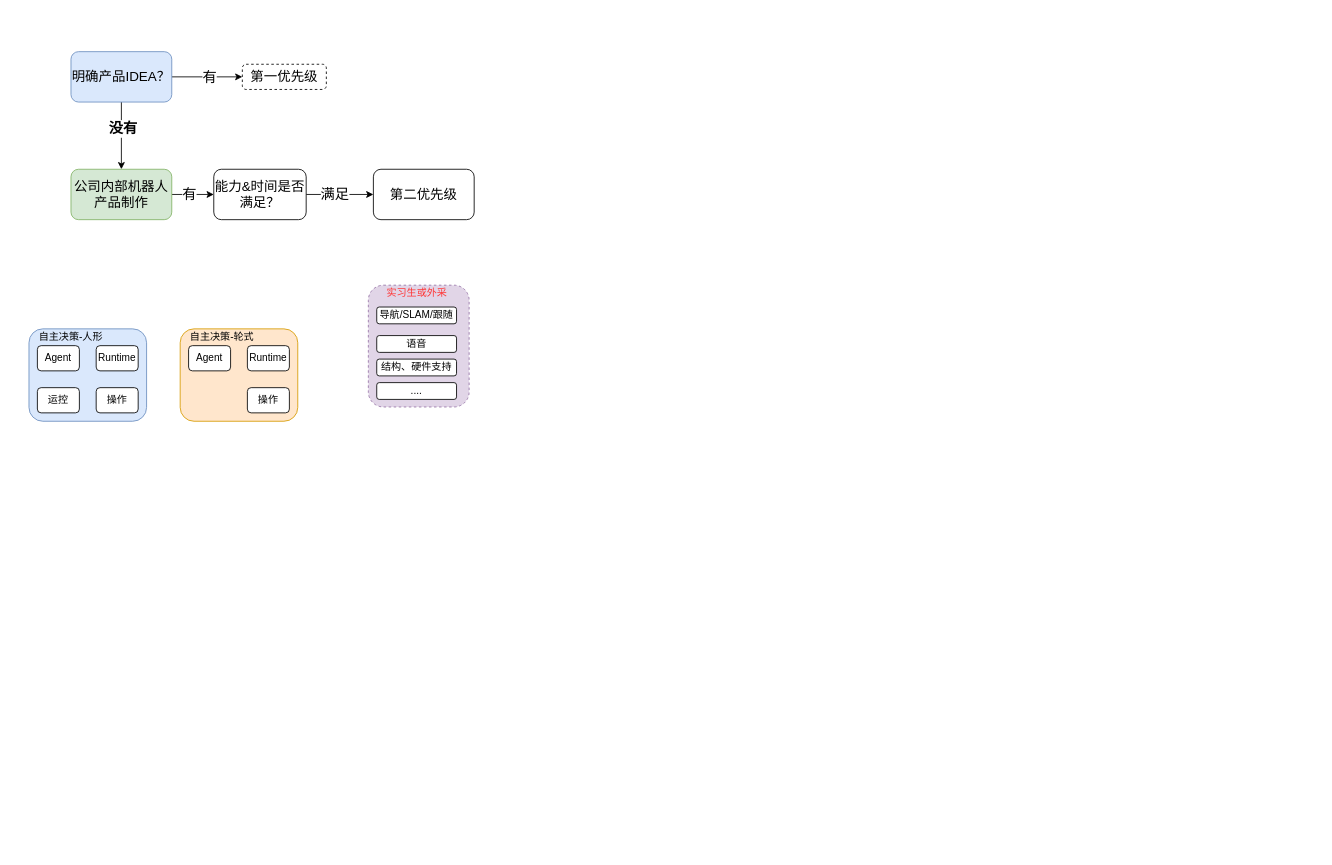
Earlier version of the draw.io diagram WorkSpace/自主决策-.drawio (mailonghua/drawio). Source tidied: cells renumbered, new cells numbered last; positions are measured from the earlier drawing's top-left corner, leaving out a move shared by most shapes. Both pictures are drawn from the tidied source at 84%, with x=0, y=0 at pixel (29, 51).
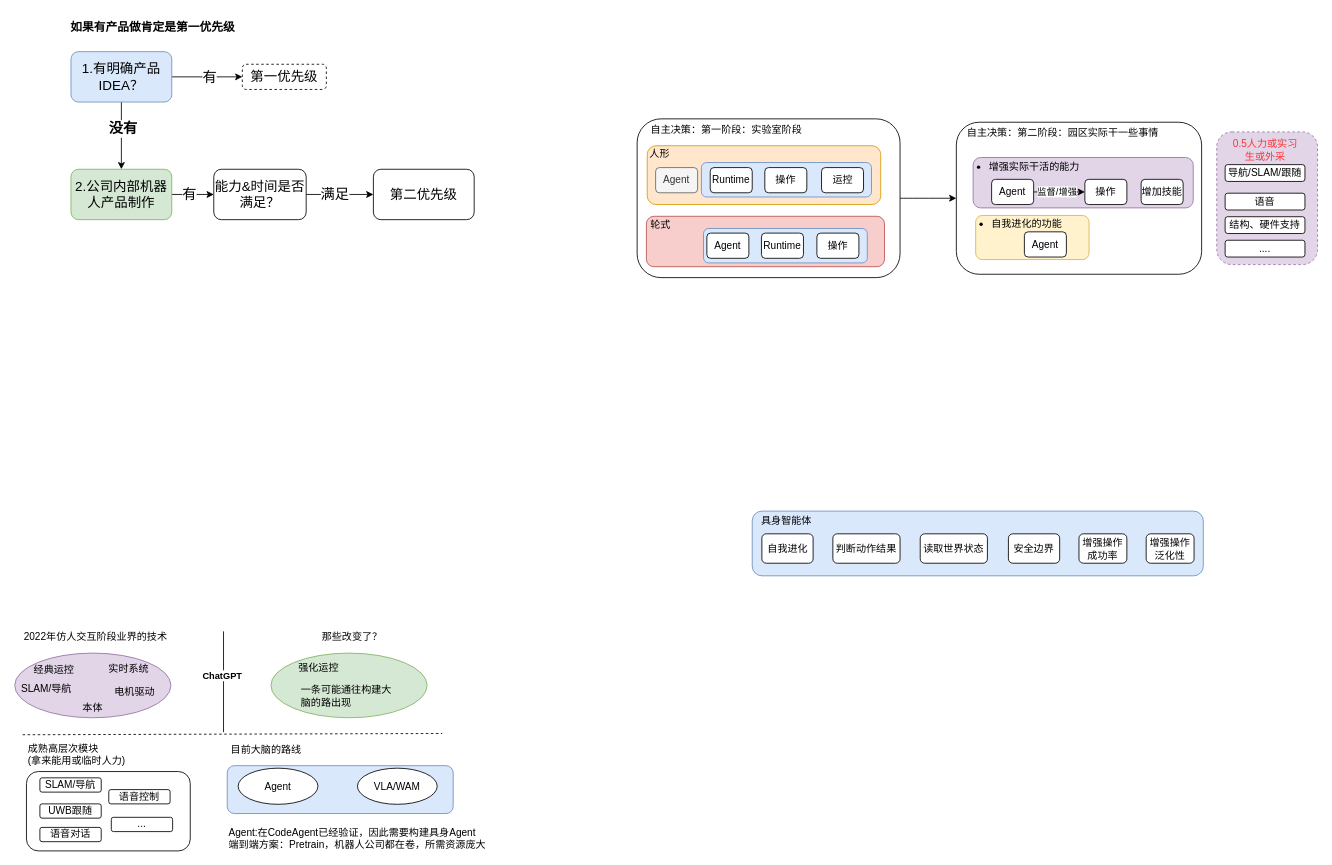
The same diagram, later.

Commit message:
更新自主决策-.drawio

What changed in the source:
```diff
@@
+    <mxCell id="32" style="rounded=1;whiteSpace=wrap;html=1;" parent="1" vertex="1">
+      <mxGeometry x="1104" y="84" width="292" height="181" as="geometry" />
+    </mxCell>
+    <mxCell id="33" style="rounded=1;whiteSpace=wrap;html=1;fillColor=#e1d5e7;strokeColor=#9673a6;" parent="1" vertex="1">
+      <mxGeometry x="1124" y="126" width="262" height="60" as="geometry" />
+    </mxCell>
+    <mxCell id="34" style="edgeStyle=orthogonalEdgeStyle;rounded=0;jettySize=auto;html=1;exitX=1;exitY=0.5;exitDx=0;exitDy=0;curved=1;" parent="1" edge="1" source="35" target="32">
+      <mxGeometry relative="1" as="geometry" />
+    </mxCell>
+    <mxCell id="35" style="rounded=1;whiteSpace=wrap;html=1;" parent="1" vertex="1">
+      <mxGeometry x="724" y="80" width="313" height="189" as="geometry" />
+    </mxCell>
+    <mxCell id="36" style="rounded=1;whiteSpace=wrap;html=1;" parent="1" vertex="1">
+      <mxGeometry x="-3" y="857" width="195" height="94.5" as="geometry" />
+    </mxCell>
+    <mxCell id="37" style="rounded=1;whiteSpace=wrap;html=1;fillColor=#dae8fc;strokeColor=#6c8ebf;" parent="1" vertex="1">
+      <mxGeometry x="236" y="850" width="269" height="57" as="geometry" />
+    </mxCell>
     <mxCell id="2" style="rounded=1;whiteSpace=wrap;html=1;fillColor=#e1d5e7;strokeColor=#9673a6;dashed=1;" parent="1" vertex="1">
-      <mxGeometry x="404" y="278" width="120" height="145" as="geometry" />
+      <mxGeometry x="1414" y="95.5" width="120" height="158" as="geometry" />
     </mxCell>
-    <mxCell id="3" style="rounded=1;whiteSpace=wrap;html=1;fillColor=#dae8fc;strokeColor=#6c8ebf;" parent="1" vertex="1">
-      <mxGeometry y="330" width="140" height="110" as="geometry" />
+    <mxCell id="3" style="rounded=1;whiteSpace=wrap;html=1;fillColor=#ffe6cc;strokeColor=#d79b00;" parent="1" vertex="1">
+      <mxGeometry x="736" y="112" width="278" height="70" as="geometry" />
     </mxCell>
+    <mxCell id="38" style="rounded=1;whiteSpace=wrap;html=1;fillColor=#dae8fc;strokeColor=#6c8ebf;" parent="1" vertex="1">
+      <mxGeometry x="800.5" y="132" width="202.5" height="41" as="geometry" />
+    </mxCell>
@@
-    <mxCell id="8" value="明确产品IDEA？" style="rounded=1;whiteSpace=wrap;html=1;fontSize=16;fillColor=#dae8fc;strokeColor=#6c8ebf;" parent="1" vertex="1">
+    <mxCell id="8" value="1.有明确产品IDEA？" style="rounded=1;whiteSpace=wrap;html=1;fontSize=16;fillColor=#dae8fc;strokeColor=#6c8ebf;" parent="1" vertex="1">
       <mxGeometry x="50" width="120" height="60" as="geometry" />
     </mxCell>
@@
-    <mxCell id="12" value="公司内部机器人产品制作" style="rounded=1;whiteSpace=wrap;html=1;fontSize=16;fillColor=#d5e8d4;strokeColor=#82b366;" parent="1" vertex="1">
+    <mxCell id="12" value="2.公司内部机器人产品制作" style="rounded=1;whiteSpace=wrap;html=1;fontSize=16;fillColor=#d5e8d4;strokeColor=#82b366;" parent="1" vertex="1">
       <mxGeometry x="50" y="140" width="120" height="60" as="geometry" />
     </mxCell>
@@
-    <mxCell id="17" value="自主决策-人形" style="text;html=1;whiteSpace=wrap;strokeColor=none;fillColor=none;align=center;verticalAlign=middle;rounded=0;" parent="1" vertex="1">
-      <mxGeometry x="10" y="330" width="80" height="20" as="geometry" />
+    <mxCell id="17" value="人形" style="text;html=1;whiteSpace=wrap;strokeColor=none;fillColor=none;align=center;verticalAlign=middle;rounded=0;" parent="1" vertex="1">
+      <mxGeometry x="735" y="112" width="31.8" height="20" as="geometry" />
     </mxCell>
-    <mxCell id="18" value="Agent" style="rounded=1;whiteSpace=wrap;html=1;" parent="1" vertex="1">
-      <mxGeometry x="10" y="350" width="50" height="30" as="geometry" />
+    <mxCell id="18" value="Agent" style="rounded=1;whiteSpace=wrap;html=1;fillColor=#f5f5f5;fontColor=#333333;strokeColor=#666666;" parent="1" vertex="1">
+      <mxGeometry x="746" y="138" width="50" height="30" as="geometry" />
     </mxCell>
     <mxCell id="19" value="Runtime" style="rounded=1;whiteSpace=wrap;html=1;" parent="1" vertex="1">
-      <mxGeometry x="80" y="350" width="50" height="30" as="geometry" />
+      <mxGeometry x="811" y="138" width="50" height="30" as="geometry" />
     </mxCell>
     <mxCell id="20" value="运控" style="rounded=1;whiteSpace=wrap;html=1;" parent="1" vertex="1">
-      <mxGeometry x="10" y="400" width="50" height="30" as="geometry" />
+      <mxGeometry x="943.5" y="138" width="50" height="30" as="geometry" />
     </mxCell>
     <mxCell id="21" value="操作" style="rounded=1;whiteSpace=wrap;html=1;" parent="1" vertex="1">
-      <mxGeometry x="80" y="400" width="50" height="30" as="geometry" />
+      <mxGeometry x="876" y="138" width="50" height="30" as="geometry" />
     </mxCell>
-    <mxCell id="22" style="rounded=1;whiteSpace=wrap;html=1;fillColor=#ffe6cc;strokeColor=#d79b00;" parent="1" vertex="1">
-      <mxGeometry x="180" y="330" width="140" height="110" as="geometry" />
+    <mxCell id="22" style="rounded=1;whiteSpace=wrap;html=1;fillColor=#f8cecc;strokeColor=#b85450;" parent="1" vertex="1">
+      <mxGeometry x="735" y="196" width="283.5" height="60" as="geometry" />
     </mxCell>
+    <mxCell id="39" style="rounded=1;whiteSpace=wrap;html=1;fillColor=#dae8fc;strokeColor=#6c8ebf;" parent="1" vertex="1">
+      <mxGeometry x="803" y="210.5" width="195" height="41" as="geometry" />
+    </mxCell>
-    <mxCell id="23" value="自主决策-轮式" style="text;html=1;whiteSpace=wrap;strokeColor=none;fillColor=none;align=center;verticalAlign=middle;rounded=0;" parent="1" vertex="1">
-      <mxGeometry x="190" y="330" width="80" height="20" as="geometry" />
+    <mxCell id="23" value="轮式" style="text;html=1;whiteSpace=wrap;strokeColor=none;fillColor=none;align=center;verticalAlign=middle;rounded=0;" parent="1" vertex="1">
+      <mxGeometry x="736" y="196" width="31.8" height="20" as="geometry" />
     </mxCell>
     <mxCell id="24" value="Agent" style="rounded=1;whiteSpace=wrap;html=1;" parent="1" vertex="1">
-      <mxGeometry x="190" y="350" width="50" height="30" as="geometry" />
+      <mxGeometry x="807" y="216" width="50" height="30" as="geometry" />
     </mxCell>
     <mxCell id="25" value="Runtime" style="rounded=1;whiteSpace=wrap;html=1;" parent="1" vertex="1">
-      <mxGeometry x="260" y="350" width="50" height="30" as="geometry" />
+      <mxGeometry x="872" y="216" width="50" height="30" as="geometry" />
     </mxCell>
     <mxCell id="26" value="操作" style="rounded=1;whiteSpace=wrap;html=1;" parent="1" vertex="1">
-      <mxGeometry x="260" y="400" width="50" height="30" as="geometry" />
+      <mxGeometry x="938" y="216" width="50" height="30" as="geometry" />
     </mxCell>
     <mxCell id="27" value="导航/SLAM/跟随" style="rounded=1;whiteSpace=wrap;html=1;" parent="1" vertex="1">
-      <mxGeometry x="414" y="304" width="95" height="20" as="geometry" />
+      <mxGeometry x="1424" y="134.5" width="95" height="20" as="geometry" />
     </mxCell>
     <mxCell id="28" value="语音" style="rounded=1;whiteSpace=wrap;html=1;" parent="1" vertex="1">
-      <mxGeometry x="414" y="338" width="95" height="20" as="geometry" />
+      <mxGeometry x="1424" y="168.5" width="95" height="20" as="geometry" />
     </mxCell>
     <mxCell id="29" value="结构、硬件支持" style="rounded=1;whiteSpace=wrap;html=1;" parent="1" vertex="1">
-      <mxGeometry x="414" y="366" width="95" height="20" as="geometry" />
+      <mxGeometry x="1424" y="196.5" width="95" height="20" as="geometry" />
     </mxCell>
     <mxCell id="30" value="...." style="rounded=1;whiteSpace=wrap;html=1;" parent="1" vertex="1">
-      <mxGeometry x="414" y="394" width="95" height="20" as="geometry" />
+      <mxGeometry x="1424" y="224.5" width="95" height="20" as="geometry" />
     </mxCell>
-    <mxCell id="31" value="实习生或外采" style="text;html=1;whiteSpace=wrap;strokeColor=none;fillColor=none;align=center;verticalAlign=middle;rounded=0;fontColor=#FF3333;" parent="1" vertex="1">
-      <mxGeometry x="421.5" y="278" width="80" height="17" as="geometry" />
+    <mxCell id="31" value="0.5人力或实习生或外采" style="text;html=1;whiteSpace=wrap;strokeColor=none;fillColor=none;align=center;verticalAlign=middle;rounded=0;fontColor=#FF3333;" parent="1" vertex="1">
+      <mxGeometry x="1431.5" y="108.5" width="80" height="17" as="geometry" />
     </mxCell>
+    <mxCell id="40" style="rounded=1;whiteSpace=wrap;html=1;fillColor=#dae8fc;strokeColor=#6c8ebf;" parent="1" vertex="1">
+      <mxGeometry x="861" y="547" width="537" height="77" as="geometry" />
+    </mxCell>
+    <mxCell id="41" value="具身智能体" style="text;html=1;whiteSpace=wrap;strokeColor=none;fillColor=none;align=center;verticalAlign=middle;rounded=0;" parent="1" vertex="1">
+      <mxGeometry x="869" y="544" width="65.5" height="30" as="geometry" />
+    </mxCell>
+    <mxCell id="42" value="自我进化" style="rounded=1;whiteSpace=wrap;html=1;align=center;" parent="1" vertex="1">
+      <mxGeometry x="872.5" y="574" width="61" height="35" as="geometry" />
+    </mxCell>
+    <mxCell id="43" value="判断动作结果" style="rounded=1;whiteSpace=wrap;html=1;align=center;" parent="1" vertex="1">
+      <mxGeometry x="957" y="574" width="80" height="35" as="geometry" />
+    </mxCell>
+    <mxCell id="44" value="读取世界状态" style="rounded=1;whiteSpace=wrap;html=1;align=center;" parent="1" vertex="1">
+      <mxGeometry x="1061" y="574" width="80" height="35" as="geometry" />
+    </mxCell>
+    <mxCell id="45" value="安全边界" style="rounded=1;whiteSpace=wrap;html=1;align=center;" parent="1" vertex="1">
+      <mxGeometry x="1166" y="574" width="61" height="35" as="geometry" />
+    </mxCell>
+    <mxCell id="46" style="ellipse;whiteSpace=wrap;html=1;shapeInside=1;strokeColor=#9673a6;fillColor=#e1d5e7;" parent="1" vertex="1">
+      <mxGeometry x="-17" y="716" width="186" height="77" as="geometry" />
+    </mxCell>
+    <mxCell id="47" value="经典运控" style="text;html=1;whiteSpace=wrap;strokeColor=none;fillColor=none;align=center;verticalAlign=middle;rounded=0;" parent="1" vertex="1">
+      <mxGeometry y="721" width="60" height="30" as="geometry" />
+    </mxCell>
+    <mxCell id="48" value="实时系统" style="text;html=1;whiteSpace=wrap;strokeColor=none;fillColor=none;align=center;verticalAlign=middle;rounded=0;" parent="1" vertex="1">
+      <mxGeometry x="89" y="721" width="60" height="27" as="geometry" />
+    </mxCell>
+    <mxCell id="49" value="SLAM/导航" style="text;html=1;whiteSpace=wrap;strokeColor=none;fillColor=none;align=center;verticalAlign=middle;rounded=0;" parent="1" vertex="1">
+      <mxGeometry x="-12" y="745" width="66" height="27" as="geometry" />
+    </mxCell>
+    <mxCell id="50" value="电机驱动" style="text;html=1;whiteSpace=wrap;strokeColor=none;fillColor=none;align=center;verticalAlign=middle;rounded=0;" parent="1" vertex="1">
+      <mxGeometry x="93" y="748" width="66" height="27" as="geometry" />
+    </mxCell>
+    <mxCell id="51" value="本体" style="text;html=1;whiteSpace=wrap;strokeColor=none;fillColor=none;align=center;verticalAlign=middle;rounded=0;" parent="1" vertex="1">
+      <mxGeometry x="43" y="772" width="66" height="17" as="geometry" />
+    </mxCell>
+    <mxCell id="52" value="2022年仿人交互阶段业界的技术" style="text;html=1;whiteSpace=wrap;strokeColor=none;fillColor=none;align=center;verticalAlign=middle;rounded=0;" parent="1" vertex="1">
+      <mxGeometry x="-12" y="682" width="183" height="30" as="geometry" />
+    </mxCell>
+    <mxCell id="53" style="ellipse;whiteSpace=wrap;html=1;shapeInside=1;strokeColor=#82b366;fillColor=#d5e8d4;" parent="1" vertex="1">
+      <mxGeometry x="288" y="716" width="186" height="77" as="geometry" />
+    </mxCell>
+    <mxCell id="54" value="强化运控" style="text;html=1;whiteSpace=wrap;strokeColor=none;fillColor=none;align=center;verticalAlign=middle;rounded=0;" parent="1" vertex="1">
+      <mxGeometry x="315" y="720" width="60" height="27" as="geometry" />
+    </mxCell>
+    <mxCell id="55" value="那些改变了？" style="text;html=1;whiteSpace=wrap;strokeColor=none;fillColor=none;align=center;verticalAlign=middle;rounded=0;" parent="1" vertex="1">
+      <mxGeometry x="330" y="685.5" width="110" height="23" as="geometry" />
+    </mxCell>
+    <mxCell id="56" value="一条可能通往构建大脑的路出现" style="text;html=1;whiteSpace=wrap;strokeColor=none;fillColor=none;align=left;verticalAlign=middle;rounded=0;" parent="1" vertex="1">
+      <mxGeometry x="322" y="752" width="110" height="30" as="geometry" />
+    </mxCell>
+    <mxCell id="57" style="endArrow=none;html=1;rounded=0;" parent="1" edge="1">
+      <mxGeometry relative="1" as="geometry">
+        <mxPoint x="231.6" y="810.1" as="sourcePoint" />
+        <mxPoint x="231.6" y="690.1" as="targetPoint" />
+      </mxGeometry>
+    </mxCell>
+    <mxCell id="58" value="ChatGPT" style="edgeLabel;html=1;align=center;verticalAlign=middle;fontStyle=1;" parent="57" vertex="1">
+      <mxGeometry x="0.14" y="2" relative="1" as="geometry" />
+    </mxCell>
+    <mxCell id="59" style="endArrow=none;html=1;rounded=0;dashed=1;" parent="1" edge="1">
+      <mxGeometry relative="1" as="geometry">
+        <mxPoint x="-7.6" y="813.2" as="sourcePoint" />
+        <mxPoint x="491.9" y="811.7" as="targetPoint" />
+      </mxGeometry>
+    </mxCell>
+    <mxCell id="60" value="VLA/WAM" style="ellipse;whiteSpace=wrap;html=1;shapeInside=1;" parent="1" vertex="1">
+      <mxGeometry x="391" y="853" width="95" height="43" as="geometry" />
+    </mxCell>
+    <mxCell id="61" value="目前大脑的路线" style="text;html=1;whiteSpace=wrap;strokeColor=none;fillColor=none;align=center;verticalAlign=middle;rounded=0;" parent="1" vertex="1">
+      <mxGeometry x="231" y="817" width="103" height="30" as="geometry" />
+    </mxCell>
+    <mxCell id="62" value="Agent" style="ellipse;whiteSpace=wrap;html=1;shapeInside=1;" parent="1" vertex="1">
+      <mxGeometry x="249" y="853" width="95" height="43" as="geometry" />
+    </mxCell>
+    <mxCell id="63" value="Agent:在CodeAgent已经验证，因此需要构建具身Agent&lt;br&gt;端到端方案：Pretrain，机器人公司都在卷，所需资源庞大" style="text;html=1;whiteSpace=wrap;strokeColor=none;fillColor=none;align=left;verticalAlign=middle;rounded=0;" parent="1" vertex="1">
+      <mxGeometry x="236" y="923.5" width="326" height="27" as="geometry" />
+    </mxCell>
+    <mxCell id="64" value="SLAM/导航" style="rounded=1;whiteSpace=wrap;html=1;" parent="1" vertex="1">
+      <mxGeometry x="13" y="864.5" width="73" height="17" as="geometry" />
+    </mxCell>
+    <mxCell id="65" value="UWB跟随" style="rounded=1;whiteSpace=wrap;html=1;" parent="1" vertex="1">
+      <mxGeometry x="13" y="895.5" width="73" height="17" as="geometry" />
+    </mxCell>
+    <mxCell id="66" value="语音对话" style="rounded=1;whiteSpace=wrap;html=1;" parent="1" vertex="1">
+      <mxGeometry x="13" y="923.5" width="73" height="17" as="geometry" />
+    </mxCell>
+    <mxCell id="67" value="语音控制" style="rounded=1;whiteSpace=wrap;html=1;" parent="1" vertex="1">
+      <mxGeometry x="95" y="878.5" width="73" height="17" as="geometry" />
+    </mxCell>
+    <mxCell id="68" value="..." style="rounded=1;whiteSpace=wrap;html=1;" parent="1" vertex="1">
+      <mxGeometry x="98" y="911.5" width="73" height="17" as="geometry" />
+    </mxCell>
+    <mxCell id="69" value="&lt;div&gt;成熟高层次模块&lt;br&gt;(拿来能用或临时人力)&lt;/div&gt;" style="text;html=1;whiteSpace=wrap;strokeColor=none;fillColor=none;align=left;verticalAlign=middle;rounded=0;" parent="1" vertex="1">
+      <mxGeometry x="-3" y="817" width="127" height="40.5" as="geometry" />
+    </mxCell>
+    <mxCell id="70" value="如果有产品做肯定是第一优先级" style="text;html=1;whiteSpace=wrap;strokeColor=none;fillColor=none;align=center;verticalAlign=middle;rounded=0;fontStyle=1;fontSize=14;" parent="1" vertex="1">
+      <mxGeometry x="47" y="-44" width="201" height="30" as="geometry" />
+    </mxCell>
+    <mxCell id="71" value="自主决策：第一阶段：实验室阶段" style="text;html=1;whiteSpace=wrap;strokeColor=none;fillColor=none;align=center;verticalAlign=middle;rounded=0;" parent="1" vertex="1">
+      <mxGeometry x="733" y="83" width="195" height="20" as="geometry" />
+    </mxCell>
+    <mxCell id="72" value="自主决策：第二阶段：园区实际干一些事情" style="text;html=1;whiteSpace=wrap;strokeColor=none;fillColor=none;align=center;verticalAlign=middle;rounded=0;" parent="1" vertex="1">
+      <mxGeometry x="1110" y="87" width="242" height="20" as="geometry" />
+    </mxCell>
+    <mxCell id="73" value="&lt;ul&gt;&lt;li&gt;增强实际干活的能力&lt;/li&gt;&lt;/ul&gt;" style="text;html=1;whiteSpace=wrap;strokeColor=none;fillColor=none;align=left;verticalAlign=middle;rounded=0;" parent="1" vertex="1">
+      <mxGeometry x="1101" y="122" width="168" height="30" as="geometry" />
+    </mxCell>
+    <mxCell id="74" style="edgeStyle=orthogonalEdgeStyle;rounded=0;jettySize=auto;html=1;exitX=1;exitY=0.5;exitDx=0;exitDy=0;entryX=0;entryY=0.5;entryDx=0;entryDy=0;" parent="1" edge="1" source="76" target="77">
+      <mxGeometry relative="1" as="geometry" />
+    </mxCell>
+    <mxCell id="75" value="监督/增强" style="edgeLabel;html=1;align=center;verticalAlign=middle;" parent="74" vertex="1">
+      <mxGeometry x="-0.1" y="1" relative="1" as="geometry" />
+    </mxCell>
+    <mxCell id="76" value="Agent" style="rounded=1;whiteSpace=wrap;html=1;" parent="1" vertex="1">
+      <mxGeometry x="1146" y="152" width="50" height="30" as="geometry" />
+    </mxCell>
+    <mxCell id="77" value="操作" style="rounded=1;whiteSpace=wrap;html=1;" parent="1" vertex="1">
+      <mxGeometry x="1257" y="152" width="50" height="30" as="geometry" />
+    </mxCell>
+    <mxCell id="78" style="rounded=1;whiteSpace=wrap;html=1;fillColor=#fff2cc;strokeColor=#d6b656;" parent="1" vertex="1">
+      <mxGeometry x="1127" y="195" width="135" height="52.5" as="geometry" />
+    </mxCell>
+    <mxCell id="79" value="Agent" style="rounded=1;whiteSpace=wrap;html=1;" parent="1" vertex="1">
+      <mxGeometry x="1185" y="214.5" width="50" height="30" as="geometry" />
+    </mxCell>
+    <mxCell id="80" value="&lt;ul&gt;&lt;li&gt;自我进化的功能&lt;/li&gt;&lt;/ul&gt;" style="text;html=1;whiteSpace=wrap;strokeColor=none;fillColor=none;align=left;verticalAlign=middle;rounded=0;" parent="1" vertex="1">
+      <mxGeometry x="1104" y="190" width="168" height="30" as="geometry" />
+    </mxCell>
+    <mxCell id="81" value="增加技能" style="rounded=1;whiteSpace=wrap;html=1;" parent="1" vertex="1">
+      <mxGeometry x="1324" y="152" width="50" height="30" as="geometry" />
+    </mxCell>
+    <mxCell id="82" value="增强操作成功率" style="rounded=1;whiteSpace=wrap;html=1;align=center;" parent="1" vertex="1">
+      <mxGeometry x="1250" y="574" width="57" height="35" as="geometry" />
+    </mxCell>
+    <mxCell id="83" value="增强操作泛化性" style="rounded=1;whiteSpace=wrap;html=1;align=center;" parent="1" vertex="1">
+      <mxGeometry x="1330" y="574" width="57" height="35" as="geometry" />
+    </mxCell>
```
